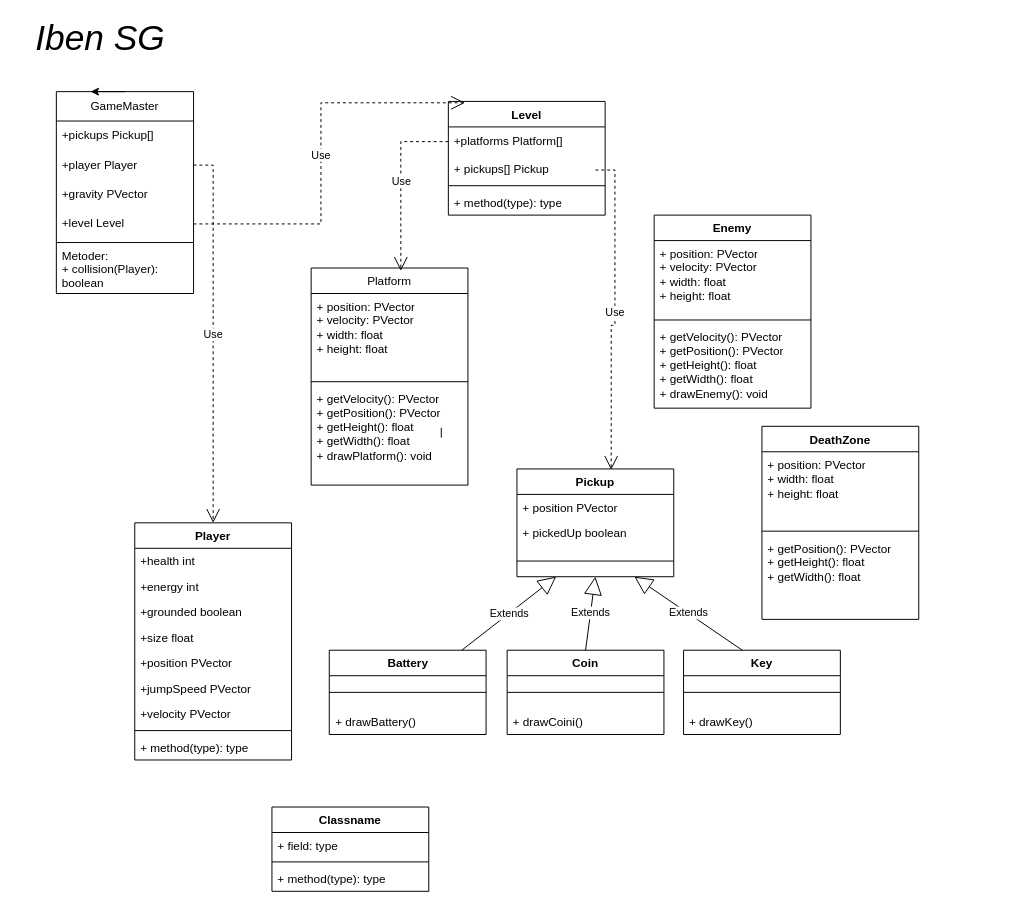
The draw.io diagram Klasse diagram.drawio in Lasse-HTX/spil, before the edit. Source tidied: cells renumbered, new cells numbered last; positions are measured from the earlier drawing's top-left corner, leaving out a move shared by most shapes. Both pictures are drawn from the tidied source at 98%, with x=0, y=0 at pixel (17, 23).
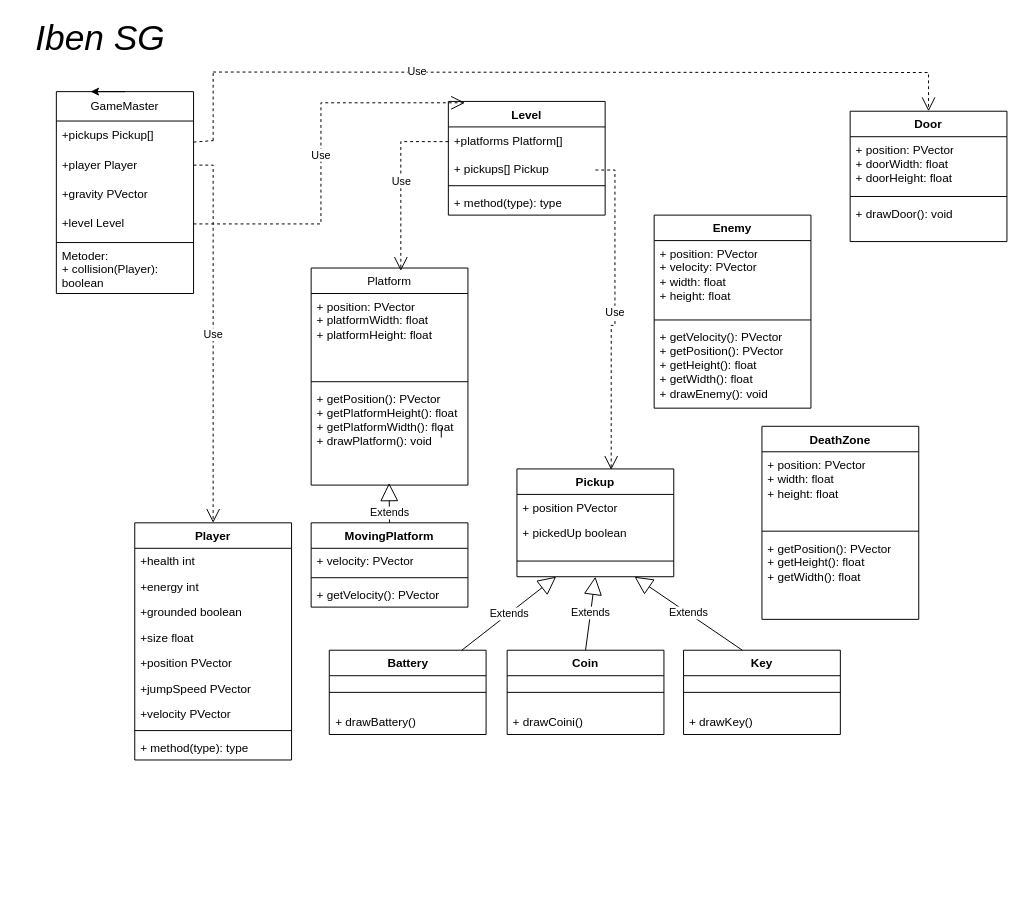
The same page after the edit.

The change refers to these unchanged cells:
```xml
<mxCell id="3" value="GameMaster" style="swimlane;fontStyle=0;horizontal=1;startSize=30;whiteSpace=wrap;html=1;" parent="1" vertex="1">
  <mxGeometry x="40" y="70" width="140" height="206" as="geometry" />
</mxCell>
<mxCell id="37" value="&lt;font style=&quot;font-weight: normal;&quot;&gt;Platform&lt;/font&gt;" style="swimlane;fontStyle=1;align=center;verticalAlign=top;horizontal=1;startSize=26;whiteSpace=wrap;html=1;" parent="1" vertex="1">
  <mxGeometry x="300" y="250" width="160" height="221.5" as="geometry" />
</mxCell>
```

Diff of the diagram source:
```diff
@@
-    <mxCell id="20" value="Classname" style="swimlane;fontStyle=1;align=center;verticalAlign=top;horizontal=1;startSize=26;whiteSpace=wrap;html=1;" parent="1" vertex="1">
-      <mxGeometry x="260" y="800" width="160" height="86" as="geometry" />
-    </mxCell>
-    <mxCell id="21" value="+ field: type" style="text;strokeColor=none;fillColor=none;align=left;verticalAlign=top;spacingLeft=4;spacingRight=4;overflow=hidden;whiteSpace=wrap;html=1;" parent="20" vertex="1">
-      <mxGeometry y="26" width="160" height="26" as="geometry" />
-    </mxCell>
-    <mxCell id="22" style="line;strokeWidth=1;fillColor=none;align=left;verticalAlign=middle;spacingTop=-1;spacingLeft=3;spacingRight=3;labelPosition=right;strokeColor=inherit;" parent="20" vertex="1">
-      <mxGeometry y="52" width="160" height="8" as="geometry" />
-    </mxCell>
-    <mxCell id="23" value="+ method(type): type" style="text;strokeColor=none;fillColor=none;align=left;verticalAlign=top;spacingLeft=4;spacingRight=4;overflow=hidden;whiteSpace=wrap;html=1;" parent="20" vertex="1">
-      <mxGeometry y="60" width="160" height="26" as="geometry" />
-    </mxCell>
@@
-    <mxCell id="38" value="+ position: PVector&lt;div&gt;+ velocity: PVector&lt;/div&gt;&lt;div&gt;+ width: float&lt;/div&gt;&lt;div&gt;+ height: float&lt;/div&gt;&lt;div&gt;&lt;br&gt;&lt;/div&gt;" style="text;strokeColor=none;fillColor=none;align=left;verticalAlign=top;spacingLeft=4;spacingRight=4;overflow=hidden;whiteSpace=wrap;html=1;" parent="37" vertex="1">
+    <mxCell id="38" value="+ position: PVector&lt;div&gt;+ platformWidth: float&lt;/div&gt;&lt;div&gt;+ platformHeight: float&lt;/div&gt;&lt;div&gt;&lt;br&gt;&lt;/div&gt;" style="text;strokeColor=none;fillColor=none;align=left;verticalAlign=top;spacingLeft=4;spacingRight=4;overflow=hidden;whiteSpace=wrap;html=1;" parent="37" vertex="1">
       <mxGeometry y="26" width="160" height="86" as="geometry" />
     </mxCell>
@@
-    <mxCell id="40" value="&lt;div&gt;+ getVelocity(): PVector&lt;/div&gt;&lt;div&gt;+ getPosition(): PVector&lt;/div&gt;&lt;div&gt;+ getHeight(): float&lt;/div&gt;&lt;div&gt;+ getWidth(): float&lt;/div&gt;&lt;div&gt;&lt;div&gt;+ drawPlatform(): void&lt;/div&gt;&lt;/div&gt;" style="text;strokeColor=none;fillColor=none;align=left;verticalAlign=top;spacingLeft=4;spacingRight=4;overflow=hidden;points=[[0,0.5],[1,0.5]];portConstraint=eastwest;whiteSpace=wrap;html=1;" parent="37" vertex="1">
+    <mxCell id="40" value="&lt;div&gt;+ getPosition(): PVector&lt;br&gt;&lt;/div&gt;&lt;div&gt;+ getPlatformHeight(): float&lt;/div&gt;&lt;div&gt;+ getPlatformWidth(): float&lt;/div&gt;&lt;div&gt;&lt;div&gt;+ drawPlatform(): void&lt;/div&gt;&lt;/div&gt;" style="text;strokeColor=none;fillColor=none;align=left;verticalAlign=top;spacingLeft=4;spacingRight=4;overflow=hidden;points=[[0,0.5],[1,0.5]];portConstraint=eastwest;whiteSpace=wrap;html=1;" parent="37" vertex="1">
       <mxGeometry y="120" width="160" height="101.5" as="geometry" />
     </mxCell>
+    <mxCell id="63" value="Extends" style="endArrow=block;endSize=16;endFill=0;html=1;rounded=0;exitX=0.5;exitY=0;exitDx=0;exitDy=0;entryX=0.497;entryY=0.979;entryDx=0;entryDy=0;entryPerimeter=0;" parent="37" edge="1" target="40">
+      <mxGeometry x="-0.34" relative="1" as="geometry">
+        <mxPoint x="80" y="265" as="sourcePoint" />
+      </mxGeometry>
+    </mxCell>
@@
+    <mxCell id="64" value="MovingPlatform" style="swimlane;fontStyle=1;align=center;verticalAlign=top;horizontal=1;startSize=26;whiteSpace=wrap;html=1;" parent="1" vertex="1">
+      <mxGeometry x="300" y="510" width="160" height="86" as="geometry" />
+    </mxCell>
+    <mxCell id="65" value="+ velocity: PVector" style="text;strokeColor=none;fillColor=none;align=left;verticalAlign=top;spacingLeft=4;spacingRight=4;overflow=hidden;whiteSpace=wrap;html=1;" parent="64" vertex="1">
+      <mxGeometry y="26" width="160" height="26" as="geometry" />
+    </mxCell>
+    <mxCell id="22" style="line;strokeWidth=1;fillColor=none;align=left;verticalAlign=middle;spacingTop=-1;spacingLeft=3;spacingRight=3;labelPosition=right;strokeColor=inherit;" parent="64" vertex="1">
+      <mxGeometry y="52" width="160" height="8" as="geometry" />
+    </mxCell>
+    <mxCell id="66" value="+ getVelocity(): PVector" style="text;strokeColor=none;fillColor=none;align=left;verticalAlign=top;spacingLeft=4;spacingRight=4;overflow=hidden;whiteSpace=wrap;html=1;" parent="64" vertex="1">
+      <mxGeometry y="60" width="160" height="26" as="geometry" />
+    </mxCell>
+    <mxCell id="67" value="Door" style="swimlane;fontStyle=1;align=center;verticalAlign=top;horizontal=1;startSize=26;whiteSpace=wrap;html=1;" parent="1" vertex="1">
+      <mxGeometry x="850" y="90" width="160" height="133" as="geometry" />
+    </mxCell>
+    <mxCell id="68" value="+ position: PVector&lt;div&gt;+ doorWidth: float&lt;/div&gt;&lt;div&gt;+ doorHeight: float&lt;/div&gt;&lt;div&gt;&lt;br&gt;&lt;/div&gt;" style="text;strokeColor=none;fillColor=none;align=left;verticalAlign=top;spacingLeft=4;spacingRight=4;overflow=hidden;whiteSpace=wrap;html=1;" parent="67" vertex="1">
+      <mxGeometry y="26" width="160" height="57" as="geometry" />
+    </mxCell>
+    <mxCell id="69" style="line;strokeWidth=1;fillColor=none;align=left;verticalAlign=middle;spacingTop=-1;spacingLeft=3;spacingRight=3;labelPosition=right;strokeColor=inherit;" parent="67" vertex="1">
+      <mxGeometry y="83" width="160" height="8" as="geometry" />
+    </mxCell>
+    <mxCell id="70" value="&lt;div&gt;+ drawDoor(): void&lt;br&gt;&lt;/div&gt;" style="text;strokeColor=none;fillColor=none;align=left;verticalAlign=top;spacingLeft=4;spacingRight=4;overflow=hidden;whiteSpace=wrap;html=1;" parent="67" vertex="1">
+      <mxGeometry y="91" width="160" height="42" as="geometry" />
+    </mxCell>
+    <mxCell id="71" value="Use" style="endArrow=open;endSize=12;dashed=1;html=1;rounded=0;edgeStyle=orthogonalEdgeStyle;" parent="1" edge="1" target="67">
+      <mxGeometry x="-0.46" relative="1" as="geometry">
+        <mxPoint x="200" y="50" as="sourcePoint" />
+      </mxGeometry>
+    </mxCell>
+    <mxCell id="72" style="endArrow=none;dashed=1;html=1;rounded=0;" parent="1" edge="1">
+      <mxGeometry relative="1" as="geometry">
+        <mxPoint x="200" y="120" as="sourcePoint" />
+        <mxPoint x="200" y="50" as="targetPoint" />
+      </mxGeometry>
+    </mxCell>
+    <mxCell id="73" style="endArrow=none;dashed=1;html=1;rounded=0;exitX=1;exitY=0.25;exitDx=0;exitDy=0;" parent="1" edge="1" source="3">
+      <mxGeometry relative="1" as="geometry">
+        <mxPoint x="200" y="120" as="targetPoint" />
+      </mxGeometry>
+    </mxCell>
```
